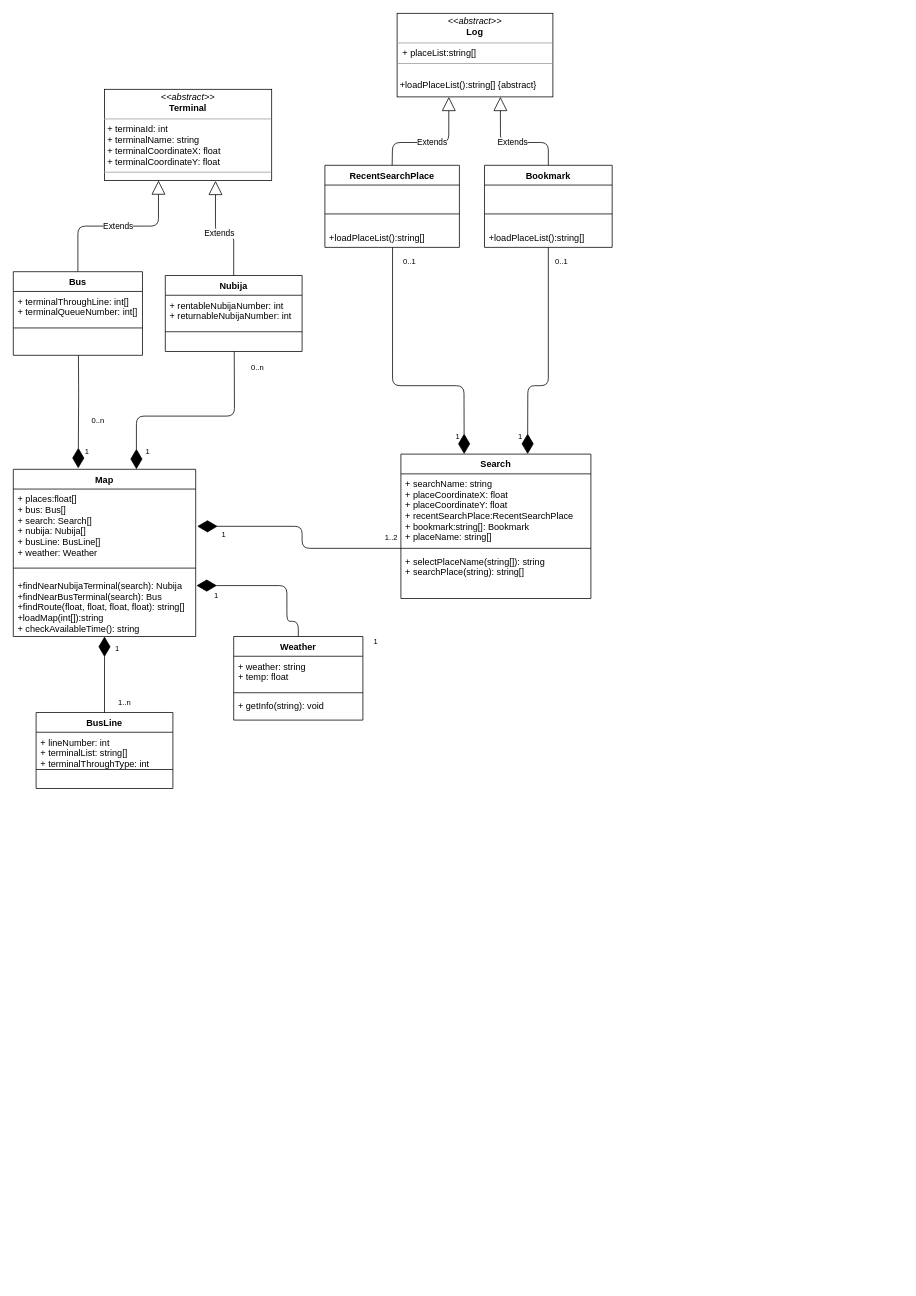
Above: 2nd_homework/class_diagram/class_diagram.drawio in chisacam/CWNU19SE_2B (draw.io), before the change. Source tidied: cells renumbered, new cells numbered last; positions are measured from the earlier drawing's top-left corner, leaving out a move shared by most shapes. Both pictures are drawn from the tidied source at 76%, with x=0, y=0 at pixel (13, 13).
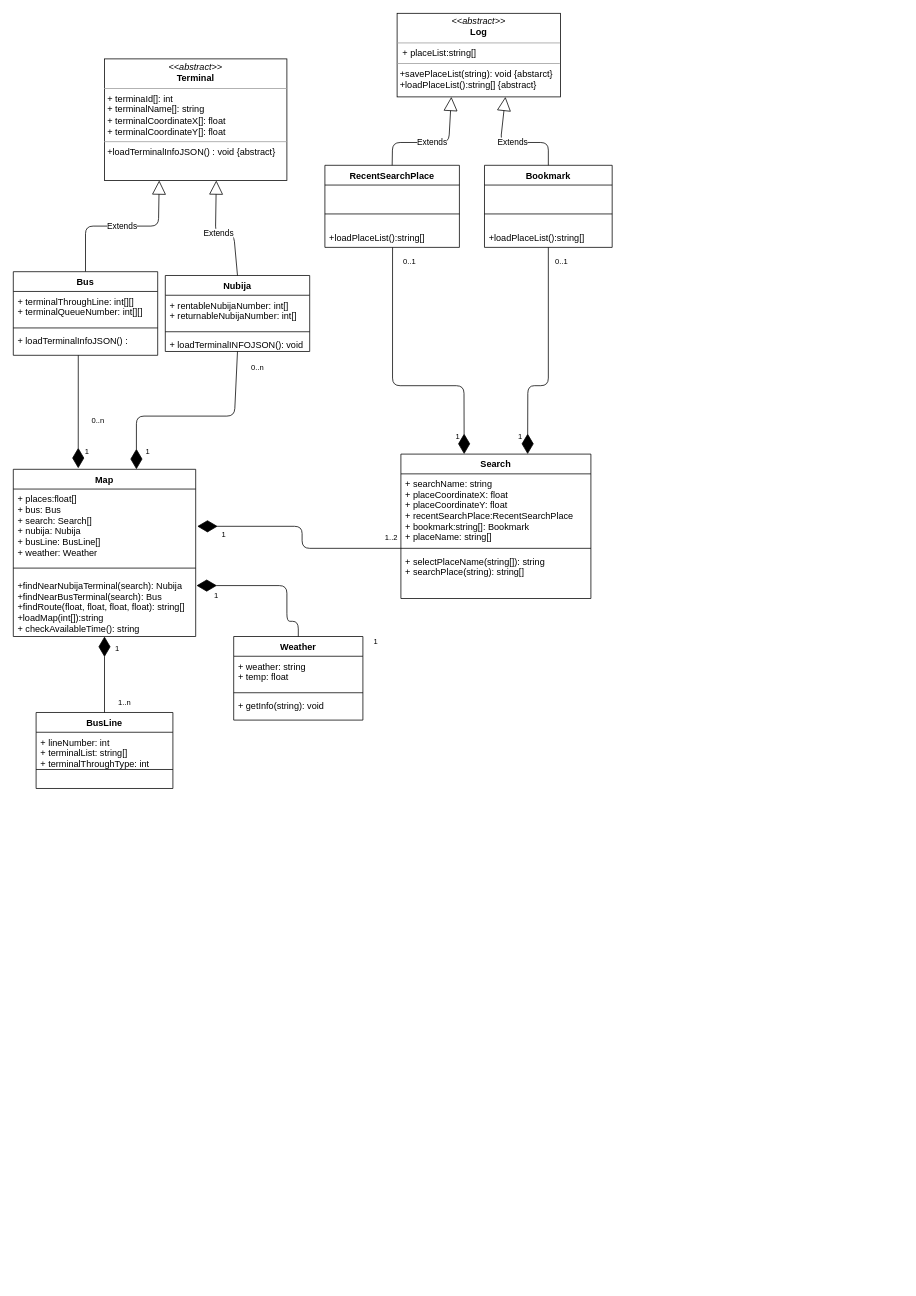
The same page after the edit.

Unchanged cells that the change refers to:
```xml
<mxCell id="34" value="Map" style="swimlane;fontStyle=1;align=center;verticalAlign=top;horizontal=1;startSize=26;" parent="1" vertex="1">
  <mxGeometry y="600" width="240" height="220" as="geometry" />
</mxCell>
```

Diff of the diagram source:
```diff
@@
     <mxCell id="6" value="Nubija" style="swimlane;fontStyle=1;align=center;verticalAlign=top;horizontal=1;startSize=26;" parent="1" vertex="1">
-      <mxGeometry x="200" y="345" width="180" height="100" as="geometry" />
+      <mxGeometry x="200" y="345" width="190" height="100" as="geometry" />
     </mxCell>
-    <mxCell id="7" value="+ rentableNubijaNumber: int&#10;+ returnableNubijaNumber: int" style="text;strokeColor=none;fillColor=none;align=left;verticalAlign=top;spacingLeft=4;spacingRight=4;overflow=hidden;" parent="6" vertex="1">
-      <mxGeometry y="26" width="180" height="44" as="geometry" />
+    <mxCell id="7" value="+ rentableNubijaNumber: int[]&#10;+ returnableNubijaNumber: int[]" style="text;strokeColor=none;fillColor=none;align=left;verticalAlign=top;spacingLeft=4;spacingRight=4;overflow=hidden;" parent="6" vertex="1">
+      <mxGeometry y="26" width="190" height="44" as="geometry" />
     </mxCell>
     <mxCell id="8" style="line;strokeWidth=1;fillColor=none;align=left;verticalAlign=middle;spacingTop=-1;spacingLeft=3;spacingRight=3;labelPosition=right;" parent="6" vertex="1">
-      <mxGeometry y="70" width="180" height="8" as="geometry" />
+      <mxGeometry y="70" width="190" height="8" as="geometry" />
     </mxCell>
-    <mxCell id="9" value="&#10;" style="text;strokeColor=none;fillColor=none;align=left;verticalAlign=top;spacingLeft=4;spacingRight=4;overflow=hidden;points=[[0,0.5],[1,0.5]];portConstraint=eastwest;" parent="6" vertex="1">
-      <mxGeometry y="78" width="180" height="22" as="geometry" />
+    <mxCell id="9" value="+ loadTerminalINFOJSON(): void" style="text;strokeColor=none;fillColor=none;align=left;verticalAlign=top;spacingLeft=4;spacingRight=4;overflow=hidden;points=[[0,0.5],[1,0.5]];portConstraint=eastwest;" parent="6" vertex="1">
+      <mxGeometry y="78" width="190" height="22" as="geometry" />
     </mxCell>
@@
-    <mxCell id="22" value="Extends" style="endArrow=block;endSize=16;endFill=0;html=1;entryX=0.664;entryY=1.004;entryDx=0;entryDy=0;entryPerimeter=0;exitX=0.5;exitY=0;exitDx=0;exitDy=0;" parent="1" edge="1" source="6" target="28">
+    <mxCell id="22" value="Extends" style="endArrow=block;endSize=16;endFill=0;html=1;entryX=0.613;entryY=1;entryDx=0;entryDy=0;entryPerimeter=0;exitX=0.5;exitY=0;exitDx=0;exitDy=0;" parent="1" edge="1" source="6" target="28">
       <mxGeometry relative="1" as="geometry">
         <Array as="points">
           <mxPoint x="290" y="290" />
           <mxPoint x="266" y="290" />
         </Array>
       </mxGeometry>
     </mxCell>
-    <mxCell id="23" value="Extends" style="endArrow=block;endSize=16;endFill=0;html=1;entryX=0.323;entryY=1;entryDx=0;entryDy=0;entryPerimeter=0;exitX=0.5;exitY=0;exitDx=0;exitDy=0;" parent="1" edge="1" source="24" target="28">
+    <mxCell id="23" value="Extends" style="endArrow=block;endSize=16;endFill=0;html=1;entryX=0.3;entryY=1;entryDx=0;entryDy=0;entryPerimeter=0;exitX=0.5;exitY=0;exitDx=0;exitDy=0;" parent="1" edge="1" source="24" target="28">
       <mxGeometry relative="1" as="geometry">
         <Array as="points">
-          <mxPoint x="85" y="280" />
+          <mxPoint x="95" y="280" />
           <mxPoint x="191" y="280" />
         </Array>
       </mxGeometry>
     </mxCell>
     <mxCell id="24" value="Bus" style="swimlane;fontStyle=1;align=center;verticalAlign=top;horizontal=1;startSize=26;" parent="1" vertex="1">
-      <mxGeometry y="340" width="170" height="110" as="geometry" />
+      <mxGeometry y="340" width="190" height="110" as="geometry" />
     </mxCell>
-    <mxCell id="25" value="+ terminalThroughLine: int[]&#10;+ terminalQueueNumber: int[]&#10;&#10;" style="text;strokeColor=none;fillColor=none;align=left;verticalAlign=top;spacingLeft=4;spacingRight=4;overflow=hidden;" parent="24" vertex="1">
-      <mxGeometry y="26" width="170" height="44" as="geometry" />
+    <mxCell id="25" value="+ terminalThroughLine: int[][]&#10;+ terminalQueueNumber: int[][]&#10;&#10;" style="text;strokeColor=none;fillColor=none;align=left;verticalAlign=top;spacingLeft=4;spacingRight=4;overflow=hidden;" parent="24" vertex="1">
+      <mxGeometry y="26" width="190" height="44" as="geometry" />
     </mxCell>
     <mxCell id="26" style="line;strokeWidth=1;fillColor=none;align=left;verticalAlign=middle;spacingTop=-1;spacingLeft=3;spacingRight=3;labelPosition=right;" parent="24" vertex="1">
-      <mxGeometry y="70" width="170" height="8" as="geometry" />
+      <mxGeometry y="70" width="190" height="8" as="geometry" />
     </mxCell>
-    <mxCell id="27" value="&#10;" style="text;strokeColor=none;fillColor=none;align=left;verticalAlign=top;spacingLeft=4;spacingRight=4;overflow=hidden;points=[[0,0.5],[1,0.5]];portConstraint=eastwest;" parent="24" vertex="1">
-      <mxGeometry y="78" width="170" height="32" as="geometry" />
+    <mxCell id="27" value="+ loadTerminalInfoJSON() : " style="text;strokeColor=none;fillColor=none;align=left;verticalAlign=top;spacingLeft=4;spacingRight=4;overflow=hidden;points=[[0,0.5],[1,0.5]];portConstraint=eastwest;" parent="24" vertex="1">
+      <mxGeometry y="78" width="190" height="32" as="geometry" />
     </mxCell>
-    <mxCell id="28" value="&lt;p style=&quot;margin: 0px ; margin-top: 4px ; text-align: center&quot;&gt;&lt;i&gt;&amp;lt;&amp;lt;abstract&amp;gt;&amp;gt;&lt;/i&gt;&lt;br&gt;&lt;b&gt;Terminal&lt;/b&gt;&lt;/p&gt;&lt;hr size=&quot;1&quot;&gt;&lt;p style=&quot;margin: 0px ; margin-left: 4px&quot;&gt;+ terminaId: int&lt;br&gt;+ terminalName: string&lt;br&gt;+ terminalCoordinateX: float&lt;br&gt;+ terminalCoordinateY: float&lt;/p&gt;&lt;hr size=&quot;1&quot;&gt;&lt;p style=&quot;margin: 0px ; margin-left: 4px&quot;&gt;&lt;br&gt;&lt;/p&gt;" style="verticalAlign=top;align=left;overflow=fill;fontSize=12;fontFamily=Helvetica;html=1;" parent="1" vertex="1">
-      <mxGeometry x="120" y="100" width="220" height="120" as="geometry" />
+    <mxCell id="28" value="&lt;p style=&quot;margin: 0px ; margin-top: 4px ; text-align: center&quot;&gt;&lt;i&gt;&amp;lt;&amp;lt;abstract&amp;gt;&amp;gt;&lt;/i&gt;&lt;br&gt;&lt;b&gt;Terminal&lt;/b&gt;&lt;/p&gt;&lt;hr size=&quot;1&quot;&gt;&lt;p style=&quot;margin: 0px ; margin-left: 4px&quot;&gt;+ terminaId[]: int&lt;br&gt;+ terminalName[]: string&lt;br&gt;+ terminalCoordinateX[]: float&lt;br&gt;+ terminalCoordinateY[]: float&lt;/p&gt;&lt;hr size=&quot;1&quot;&gt;&lt;p style=&quot;margin: 0px ; margin-left: 4px&quot;&gt;+loadTerminalInfoJSON() : void {abstract}&lt;br&gt;&lt;/p&gt;&lt;div&gt;&lt;br&gt;&lt;/div&gt;" style="verticalAlign=top;align=left;overflow=fill;fontSize=12;fontFamily=Helvetica;html=1;" parent="1" vertex="1">
+      <mxGeometry x="120" y="60" width="240" height="160" as="geometry" />
     </mxCell>
-    <mxCell id="29" value="&lt;p style=&quot;margin: 0px ; margin-top: 4px ; text-align: center&quot;&gt;&lt;i&gt;&amp;lt;&amp;lt;abstract&amp;gt;&amp;gt;&lt;/i&gt;&lt;br&gt;&lt;b&gt;Log&lt;/b&gt;&lt;br&gt;&lt;/p&gt;&lt;hr size=&quot;1&quot;&gt;&lt;p style=&quot;margin: 0px ; margin-left: 4px&quot;&gt;&amp;nbsp;+ placeList:string[]&lt;/p&gt;&lt;hr size=&quot;1&quot;&gt;&lt;p style=&quot;margin: 0px ; margin-left: 4px&quot;&gt;&lt;br&gt;+loadPlaceList():string[] {abstract}&lt;/p&gt;&lt;div&gt;&lt;br&gt;&lt;/div&gt;" style="verticalAlign=top;align=left;overflow=fill;fontSize=12;fontFamily=Helvetica;html=1;" parent="1" vertex="1">
-      <mxGeometry x="505" width="205" height="110" as="geometry" />
+    <mxCell id="29" value="&lt;p style=&quot;margin: 0px ; margin-top: 4px ; text-align: center&quot;&gt;&lt;i&gt;&amp;lt;&amp;lt;abstract&amp;gt;&amp;gt;&lt;/i&gt;&lt;br&gt;&lt;b&gt;Log&lt;/b&gt;&lt;br&gt;&lt;/p&gt;&lt;hr size=&quot;1&quot;&gt;&lt;p style=&quot;margin: 0px ; margin-left: 4px&quot;&gt;&amp;nbsp;+ placeList:string[]&lt;/p&gt;&lt;hr size=&quot;1&quot;&gt;&lt;p style=&quot;margin: 0px ; margin-left: 4px&quot;&gt;+savePlaceList(string): void {abstarct}&lt;br&gt;+loadPlaceList():string[] {abstract}&lt;/p&gt;" style="verticalAlign=top;align=left;overflow=fill;fontSize=12;fontFamily=Helvetica;html=1;" parent="1" vertex="1">
+      <mxGeometry x="505" width="215" height="110" as="geometry" />
     </mxCell>
@@
-    <mxCell id="35" value="+ places:float[]&#10;+ bus: Bus[]&#10;+ search: Search[]&#10;+ nubija: Nubija[]&#10;+ busLine: BusLine[]&#10;+ weather: Weather" style="text;strokeColor=none;fillColor=none;align=left;verticalAlign=top;spacingLeft=4;spacingRight=4;overflow=hidden;" parent="34" vertex="1">
+    <mxCell id="35" value="+ places:float[]&#10;+ bus: Bus&#10;+ search: Search[]&#10;+ nubija: Nubija&#10;+ busLine: BusLine[]&#10;+ weather: Weather" style="text;strokeColor=none;fillColor=none;align=left;verticalAlign=top;spacingLeft=4;spacingRight=4;overflow=hidden;" parent="34" vertex="1">
       <mxGeometry y="26" width="240" height="94" as="geometry" />
     </mxCell>
@@
-    <mxCell id="40" style="endArrow=diamondThin;endFill=1;endSize=24;html=1;exitX=0.504;exitY=1.001;exitDx=0;exitDy=0;exitPerimeter=0;entryX=0.356;entryY=-0.006;entryDx=0;entryDy=0;entryPerimeter=0;" parent="1" edge="1" source="27" target="34">
-      <mxGeometry relative="1" as="geometry">
-        <Array as="points">
-          <mxPoint x="86" y="500" />
-        </Array>
-      </mxGeometry>
+    <mxCell id="40" style="endArrow=diamondThin;endFill=1;endSize=24;html=1;entryX=0.356;entryY=-0.006;entryDx=0;entryDy=0;entryPerimeter=0;exitX=0.45;exitY=1;exitDx=0;exitDy=0;exitPerimeter=0;" parent="1" edge="1" source="27" target="34">
+      <mxGeometry relative="1" as="geometry" />
     </mxCell>
-    <mxCell id="41" style="endArrow=diamondThin;endFill=1;endSize=24;html=1;exitX=0.504;exitY=1;exitDx=0;exitDy=0;exitPerimeter=0;entryX=0.675;entryY=0;entryDx=0;entryDy=0;entryPerimeter=0;" parent="1" edge="1" source="9" target="34">
+    <mxCell id="41" style="endArrow=diamondThin;endFill=1;endSize=24;html=1;entryX=0.675;entryY=0;entryDx=0;entryDy=0;entryPerimeter=0;exitX=0.5;exitY=1;exitDx=0;exitDy=0;" parent="1" edge="1" source="6" target="34">
       <mxGeometry relative="1" as="geometry">
         <Array as="points">
           <mxPoint x="291" y="530" />
           <mxPoint x="162" y="530" />
         </Array>
       </mxGeometry>
     </mxCell>
```
